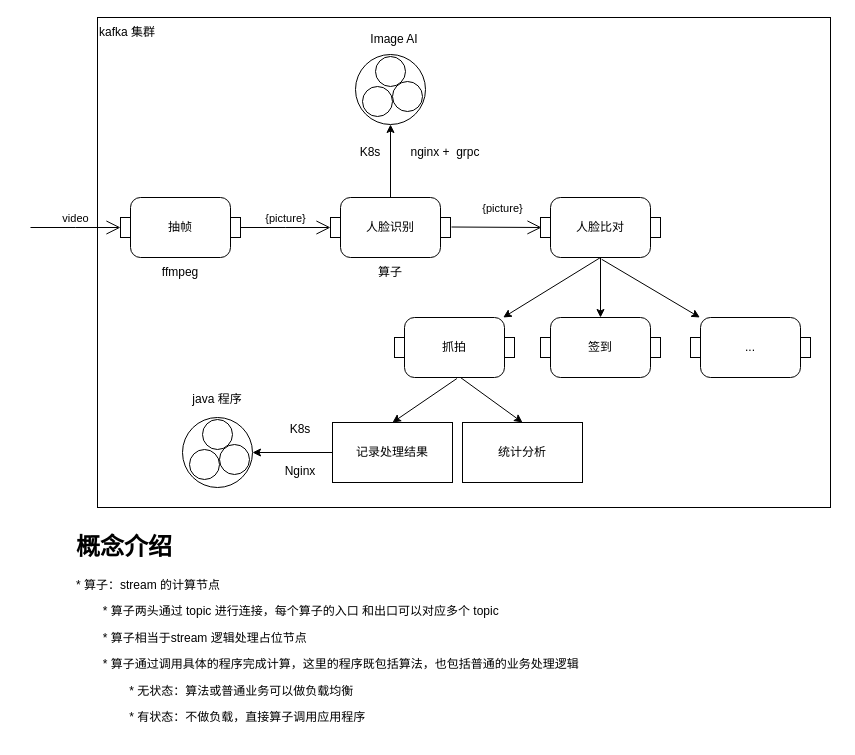
liz2m/draw.images keeps this draw.io diagram as 公共/Untitled Diagram.drawio. Above is the earlier version. Source tidied: cells renumbered, new cells numbered last; positions are measured from the earlier drawing's top-left corner, leaving out a move shared by most shapes. Both pictures are drawn from the tidied source at 100%, with x=0, y=0 at pixel (30, 17).
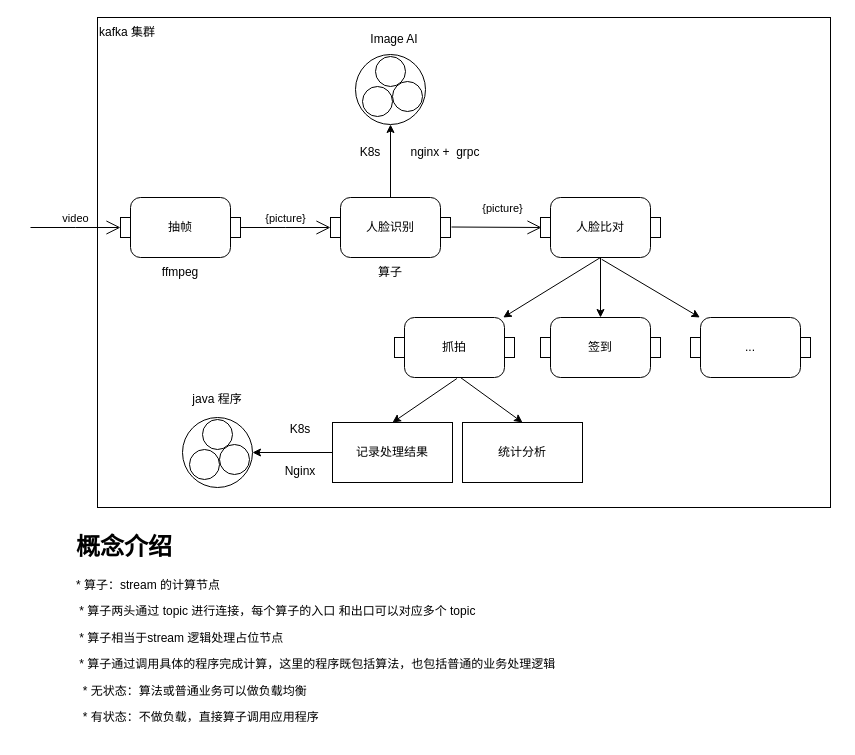
After the change.

Diff of the diagram source:
```diff
@@
-    <mxCell id="38" value="&lt;h1&gt;概念介绍&lt;/h1&gt;&lt;p&gt;* 算子：stream 的计算节点&lt;/p&gt;&lt;p&gt;&lt;span style=&quot;white-space: pre&quot;&gt;&#9;&lt;/span&gt;* 算子两头通过 topic 进行连接，每个算子的入口 和出口可以对应多个 topic&lt;br&gt;&lt;/p&gt;&lt;p&gt;&lt;span style=&quot;white-space: pre&quot;&gt;&#9;&lt;/span&gt;* 算子相当于stream 逻辑处理占位节点&lt;br&gt;&lt;/p&gt;&lt;p&gt;&lt;span style=&quot;white-space: pre&quot;&gt;&#9;&lt;/span&gt;* 算子通过调用具体的程序完成计算，这里的程序既包括算法，也包括普通的业务处理逻辑&lt;br&gt;&lt;/p&gt;&lt;p&gt;&lt;span style=&quot;white-space: pre&quot;&gt;&#9;&lt;/span&gt;&lt;span style=&quot;white-space: pre&quot;&gt;&#9;&lt;/span&gt;* 无状态：算法或普通业务可以做负载均衡&lt;br&gt;&lt;/p&gt;&lt;p&gt;&lt;span style=&quot;white-space: pre&quot;&gt;&#9;&lt;/span&gt;&lt;span style=&quot;white-space: pre&quot;&gt;&#9;&lt;/span&gt;* 有状态：不做负载，直接算子调用应用程序&lt;br&gt;&lt;/p&gt;" style="text;html=1;strokeColor=none;fillColor=none;spacing=5;spacingTop=-20;whiteSpace=wrap;overflow=hidden;rounded=0;" parent="1" vertex="1">
+    <mxCell id="38" value="&lt;h1&gt;概念介绍&lt;/h1&gt;&lt;p&gt;* 算子：stream 的计算节点&lt;/p&gt;&lt;p&gt;&lt;span style=&quot;white-space: pre&quot;&gt; &lt;/span&gt;* 算子两头通过 topic 进行连接，每个算子的入口 和出口可以对应多个 topic&lt;br&gt;&lt;/p&gt;&lt;p&gt;&lt;span style=&quot;white-space: pre&quot;&gt; &lt;/span&gt;* 算子相当于stream 逻辑处理占位节点&lt;br&gt;&lt;/p&gt;&lt;p&gt;&lt;span style=&quot;white-space: pre&quot;&gt; &lt;/span&gt;* 算子通过调用具体的程序完成计算，这里的程序既包括算法，也包括普通的业务处理逻辑&lt;br&gt;&lt;/p&gt;&lt;p&gt;&lt;span style=&quot;white-space: pre&quot;&gt; &lt;/span&gt;&lt;span style=&quot;white-space: pre&quot;&gt; &lt;/span&gt;* 无状态：算法或普通业务可以做负载均衡&lt;br&gt;&lt;/p&gt;&lt;p&gt;&lt;span style=&quot;white-space: pre&quot;&gt; &lt;/span&gt;&lt;span style=&quot;white-space: pre&quot;&gt; &lt;/span&gt;* 有状态：不做负载，直接算子调用应用程序&lt;br&gt;&lt;/p&gt;" style="text;html=1;strokeColor=none;fillColor=none;spacing=5;spacingTop=-20;whiteSpace=wrap;overflow=hidden;rounded=0;" parent="1" vertex="1">
       <mxGeometry x="40.8" y="510" width="766.5" height="210" as="geometry" />
     </mxCell>
```
